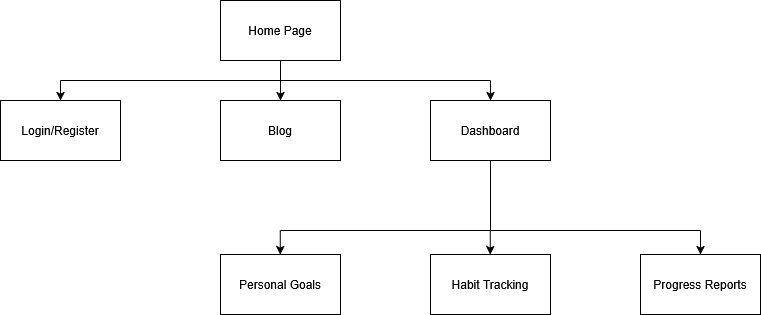
goretante/HCI-2025-26-project keeps this draw.io diagram as assignments/2nd assignment/sitemap.png. Above is the earlier version. Source tidied: cells renumbered, new cells last; positions are measured from the earlier drawing's top-left corner, leaving out a move shared by most shapes. Its diagram source:
```xml
<mxGraphModel>
  <root>
    <mxCell id="0" />
    <mxCell id="1" parent="0" />
    <mxCell id="2" value="Home Page" style="rounded=0;whiteSpace=wrap;html=1;" parent="1" vertex="1">
      <mxGeometry x="220" width="120" height="60" as="geometry" />
    </mxCell>
    <mxCell id="3" value="Login/Register" style="rounded=0;whiteSpace=wrap;html=1;" parent="1" vertex="1">
      <mxGeometry y="100" width="120" height="60" as="geometry" />
    </mxCell>
    <mxCell id="4" value="Blog" style="rounded=0;whiteSpace=wrap;html=1;" parent="1" vertex="1">
      <mxGeometry x="220" y="100" width="120" height="60" as="geometry" />
    </mxCell>
    <mxCell id="5" value="Dashboard" style="rounded=0;whiteSpace=wrap;html=1;" parent="1" vertex="1">
      <mxGeometry x="430" y="100" width="120" height="60" as="geometry" />
    </mxCell>
    <mxCell id="6" style="endArrow=none;html=1;rounded=0;" parent="1" edge="1">
      <mxGeometry relative="1" as="geometry">
        <mxPoint x="60" y="80" as="sourcePoint" />
        <mxPoint x="490" y="80" as="targetPoint" />
      </mxGeometry>
    </mxCell>
    <mxCell id="7" style="endArrow=classic;html=1;rounded=0;entryX=0.5;entryY=0;entryDx=0;entryDy=0;" parent="1" edge="1" target="4">
      <mxGeometry relative="1" as="geometry">
        <mxPoint x="280" y="80" as="sourcePoint" />
      </mxGeometry>
    </mxCell>
    <mxCell id="8" style="endArrow=classic;html=1;rounded=0;entryX=0.5;entryY=0;entryDx=0;entryDy=0;" parent="1" edge="1" target="3">
      <mxGeometry relative="1" as="geometry">
        <mxPoint x="60" y="80" as="sourcePoint" />
      </mxGeometry>
    </mxCell>
    <mxCell id="9" style="endArrow=classic;html=1;rounded=0;entryX=0.5;entryY=0;entryDx=0;entryDy=0;" parent="1" edge="1" target="5">
      <mxGeometry relative="1" as="geometry">
        <mxPoint x="490" y="80" as="sourcePoint" />
      </mxGeometry>
    </mxCell>
    <mxCell id="10" style="endArrow=none;html=1;rounded=0;entryX=0.5;entryY=1;entryDx=0;entryDy=0;" parent="1" edge="1" target="5">
      <mxGeometry relative="1" as="geometry">
        <mxPoint x="490" y="230" as="sourcePoint" />
      </mxGeometry>
    </mxCell>
    <mxCell id="11" value="Personal Goals" style="rounded=0;whiteSpace=wrap;html=1;" parent="1" vertex="1">
      <mxGeometry x="220" y="254" width="120" height="60" as="geometry" />
    </mxCell>
    <mxCell id="12" value="Habit Tracking" style="rounded=0;whiteSpace=wrap;html=1;" parent="1" vertex="1">
      <mxGeometry x="430" y="254" width="120" height="60" as="geometry" />
    </mxCell>
    <mxCell id="13" value="Progress Reports" style="rounded=0;whiteSpace=wrap;html=1;" parent="1" vertex="1">
      <mxGeometry x="640" y="254" width="120" height="60" as="geometry" />
    </mxCell>
    <mxCell id="14" style="endArrow=none;html=1;rounded=0;" parent="1" edge="1">
      <mxGeometry relative="1" as="geometry">
        <mxPoint x="280" y="230" as="sourcePoint" />
        <mxPoint x="700" y="230" as="targetPoint" />
      </mxGeometry>
    </mxCell>
    <mxCell id="15" style="endArrow=classic;html=1;rounded=0;entryX=0.5;entryY=0;entryDx=0;entryDy=0;" parent="1" edge="1" target="13">
      <mxGeometry relative="1" as="geometry">
        <mxPoint x="700" y="230" as="sourcePoint" />
      </mxGeometry>
    </mxCell>
    <mxCell id="16" style="endArrow=classic;html=1;rounded=0;entryX=0.5;entryY=0;entryDx=0;entryDy=0;" parent="1" edge="1">
      <mxGeometry relative="1" as="geometry">
        <mxPoint x="489.8" y="230" as="sourcePoint" />
        <mxPoint x="489.8" y="254" as="targetPoint" />
      </mxGeometry>
    </mxCell>
    <mxCell id="17" style="endArrow=classic;html=1;rounded=0;entryX=0.5;entryY=0;entryDx=0;entryDy=0;" parent="1" edge="1">
      <mxGeometry relative="1" as="geometry">
        <mxPoint x="279.8" y="230" as="sourcePoint" />
        <mxPoint x="279.8" y="254" as="targetPoint" />
      </mxGeometry>
    </mxCell>
    <mxCell id="18" style="endArrow=none;html=1;rounded=0;entryX=0.5;entryY=1;entryDx=0;entryDy=0;" parent="1" edge="1" target="2">
      <mxGeometry relative="1" as="geometry">
        <mxPoint x="280" y="80" as="sourcePoint" />
      </mxGeometry>
    </mxCell>
  </root>
</mxGraphModel>
```
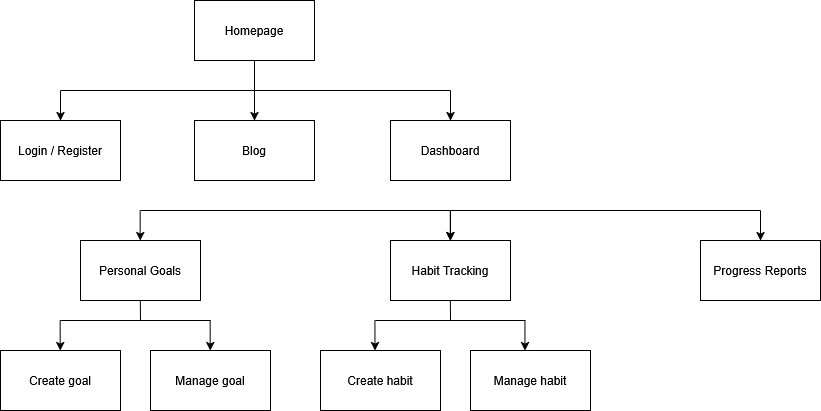
Above is the later version.

Commit message:
Update 2nd assignment document

What changed in the source:
```diff
@@ -2,80 +2,141 @@
   <root>
     <mxCell id="0" />
     <mxCell id="1" parent="0" />
-    <mxCell id="2" value="Home Page" style="rounded=0;whiteSpace=wrap;html=1;" parent="1" vertex="1">
-      <mxGeometry x="220" width="120" height="60" as="geometry" />
-    </mxCell>
-    <mxCell id="3" value="Login/Register" style="rounded=0;whiteSpace=wrap;html=1;" parent="1" vertex="1">
-      <mxGeometry y="100" width="120" height="60" as="geometry" />
-    </mxCell>
+    <mxCell id="19" value="Homepage" style="rounded=0;whiteSpace=wrap;html=1;" parent="1" vertex="1">
+      <mxGeometry x="234" y="-40" width="120" height="60" as="geometry" />
+    </mxCell>
+    <mxCell id="5" value="Dashboard" style="rounded=0;whiteSpace=wrap;html=1;" parent="1" vertex="1">
+      <mxGeometry x="430" y="80" width="120" height="60" as="geometry" />
+    </mxCell>
     <mxCell id="4" value="Blog" style="rounded=0;whiteSpace=wrap;html=1;" parent="1" vertex="1">
-      <mxGeometry x="220" y="100" width="120" height="60" as="geometry" />
+      <mxGeometry x="234" y="80" width="120" height="60" as="geometry" />
     </mxCell>
-    <mxCell id="5" value="Dashboard" style="rounded=0;whiteSpace=wrap;html=1;" parent="1" vertex="1">
-      <mxGeometry x="430" y="100" width="120" height="60" as="geometry" />
-    </mxCell>
-    <mxCell id="6" style="endArrow=none;html=1;rounded=0;" parent="1" edge="1">
-      <mxGeometry relative="1" as="geometry">
-        <mxPoint x="60" y="80" as="sourcePoint" />
-        <mxPoint x="490" y="80" as="targetPoint" />
-      </mxGeometry>
-    </mxCell>
-    <mxCell id="7" style="endArrow=classic;html=1;rounded=0;entryX=0.5;entryY=0;entryDx=0;entryDy=0;" parent="1" edge="1" target="4">
-      <mxGeometry relative="1" as="geometry">
-        <mxPoint x="280" y="80" as="sourcePoint" />
-      </mxGeometry>
-    </mxCell>
-    <mxCell id="8" style="endArrow=classic;html=1;rounded=0;entryX=0.5;entryY=0;entryDx=0;entryDy=0;" parent="1" edge="1" target="3">
-      <mxGeometry relative="1" as="geometry">
-        <mxPoint x="60" y="80" as="sourcePoint" />
-      </mxGeometry>
-    </mxCell>
-    <mxCell id="9" style="endArrow=classic;html=1;rounded=0;entryX=0.5;entryY=0;entryDx=0;entryDy=0;" parent="1" edge="1" target="5">
-      <mxGeometry relative="1" as="geometry">
-        <mxPoint x="490" y="80" as="sourcePoint" />
-      </mxGeometry>
-    </mxCell>
-    <mxCell id="10" style="endArrow=none;html=1;rounded=0;entryX=0.5;entryY=1;entryDx=0;entryDy=0;" parent="1" edge="1" target="5">
-      <mxGeometry relative="1" as="geometry">
-        <mxPoint x="490" y="230" as="sourcePoint" />
-      </mxGeometry>
-    </mxCell>
+    <mxCell id="20" value="Login / Register" style="rounded=0;whiteSpace=wrap;html=1;" parent="1" vertex="1">
+      <mxGeometry x="40" y="80" width="120" height="60" as="geometry" />
+    </mxCell>
     <mxCell id="11" value="Personal Goals" style="rounded=0;whiteSpace=wrap;html=1;" parent="1" vertex="1">
-      <mxGeometry x="220" y="254" width="120" height="60" as="geometry" />
+      <mxGeometry x="120" y="200" width="120" height="60" as="geometry" />
     </mxCell>
     <mxCell id="12" value="Habit Tracking" style="rounded=0;whiteSpace=wrap;html=1;" parent="1" vertex="1">
-      <mxGeometry x="430" y="254" width="120" height="60" as="geometry" />
+      <mxGeometry x="430" y="200" width="120" height="60" as="geometry" />
     </mxCell>
-    <mxCell id="13" value="Progress Reports" style="rounded=0;whiteSpace=wrap;html=1;" parent="1" vertex="1">
-      <mxGeometry x="640" y="254" width="120" height="60" as="geometry" />
+    <mxCell id="13" value="&lt;div&gt;Progress Reports&lt;/div&gt;" style="rounded=0;whiteSpace=wrap;html=1;" parent="1" vertex="1">
+      <mxGeometry x="740" y="200" width="120" height="60" as="geometry" />
     </mxCell>
-    <mxCell id="14" style="endArrow=none;html=1;rounded=0;" parent="1" edge="1">
-      <mxGeometry relative="1" as="geometry">
-        <mxPoint x="280" y="230" as="sourcePoint" />
-        <mxPoint x="700" y="230" as="targetPoint" />
-      </mxGeometry>
-    </mxCell>
-    <mxCell id="15" style="endArrow=classic;html=1;rounded=0;entryX=0.5;entryY=0;entryDx=0;entryDy=0;" parent="1" edge="1" target="13">
-      <mxGeometry relative="1" as="geometry">
-        <mxPoint x="700" y="230" as="sourcePoint" />
-      </mxGeometry>
-    </mxCell>
-    <mxCell id="16" style="endArrow=classic;html=1;rounded=0;entryX=0.5;entryY=0;entryDx=0;entryDy=0;" parent="1" edge="1">
-      <mxGeometry relative="1" as="geometry">
-        <mxPoint x="489.8" y="230" as="sourcePoint" />
-        <mxPoint x="489.8" y="254" as="targetPoint" />
-      </mxGeometry>
-    </mxCell>
-    <mxCell id="17" style="endArrow=classic;html=1;rounded=0;entryX=0.5;entryY=0;entryDx=0;entryDy=0;" parent="1" edge="1">
-      <mxGeometry relative="1" as="geometry">
-        <mxPoint x="279.8" y="230" as="sourcePoint" />
-        <mxPoint x="279.8" y="254" as="targetPoint" />
-      </mxGeometry>
-    </mxCell>
-    <mxCell id="18" style="endArrow=none;html=1;rounded=0;entryX=0.5;entryY=1;entryDx=0;entryDy=0;" parent="1" edge="1" target="2">
-      <mxGeometry relative="1" as="geometry">
-        <mxPoint x="280" y="80" as="sourcePoint" />
-      </mxGeometry>
-    </mxCell>
+    <mxCell id="21" value="&lt;div&gt;Create goal&lt;/div&gt;" style="rounded=0;whiteSpace=wrap;html=1;" parent="1" vertex="1">
+      <mxGeometry x="40" y="310" width="120" height="60" as="geometry" />
+    </mxCell>
+    <mxCell id="22" value="Manage goal" style="rounded=0;whiteSpace=wrap;html=1;" parent="1" vertex="1">
+      <mxGeometry x="190" y="310" width="120" height="60" as="geometry" />
+    </mxCell>
+    <mxCell id="23" value="Create habit" style="rounded=0;whiteSpace=wrap;html=1;" parent="1" vertex="1">
+      <mxGeometry x="360" y="310" width="120" height="60" as="geometry" />
+    </mxCell>
+    <mxCell id="24" value="Manage habit" style="rounded=0;whiteSpace=wrap;html=1;" parent="1" vertex="1">
+      <mxGeometry x="510" y="310" width="120" height="60" as="geometry" />
+    </mxCell>
+    <mxCell id="25" style="endArrow=none;html=1;rounded=0;entryX=0.5;entryY=1;entryDx=0;entryDy=0;" parent="1" edge="1" target="19">
+      <mxGeometry relative="1" as="geometry">
+        <mxPoint x="294" y="50" as="sourcePoint" />
+      </mxGeometry>
+    </mxCell>
+    <mxCell id="26" style="endArrow=none;html=1;rounded=0;" parent="1" edge="1">
+      <mxGeometry relative="1" as="geometry">
+        <mxPoint x="100" y="50" as="sourcePoint" />
+        <mxPoint x="490" y="50" as="targetPoint" />
+      </mxGeometry>
+    </mxCell>
+    <mxCell id="27" style="endArrow=classic;html=1;rounded=0;entryX=0.5;entryY=0;entryDx=0;entryDy=0;" parent="1" edge="1" target="13">
+      <mxGeometry relative="1" as="geometry">
+        <mxPoint x="800" y="170" as="sourcePoint" />
+      </mxGeometry>
+    </mxCell>
+    <mxCell id="28" style="endArrow=classic;html=1;rounded=0;entryX=0.5;entryY=0;entryDx=0;entryDy=0;" parent="1" edge="1" target="20">
+      <mxGeometry relative="1" as="geometry">
+        <mxPoint x="100" y="50" as="sourcePoint" />
+      </mxGeometry>
+    </mxCell>
+    <mxCell id="29" style="endArrow=classic;html=1;rounded=0;entryX=0.5;entryY=0;entryDx=0;entryDy=0;" parent="1" edge="1" target="5">
+      <mxGeometry relative="1" as="geometry">
+        <mxPoint x="490" y="50" as="sourcePoint" />
+      </mxGeometry>
+    </mxCell>
+    <mxCell id="30" style="endArrow=classic;html=1;rounded=0;entryX=0.5;entryY=0;entryDx=0;entryDy=0;" parent="1" edge="1" target="4">
+      <mxGeometry relative="1" as="geometry">
+        <mxPoint x="294" y="50" as="sourcePoint" />
+      </mxGeometry>
+    </mxCell>
+    <mxCell id="31" style="endArrow=none;html=1;rounded=0;" parent="1" edge="1">
+      <mxGeometry relative="1" as="geometry">
+        <mxPoint x="180" y="170" as="sourcePoint" />
+        <mxPoint x="800" y="170" as="targetPoint" />
+      </mxGeometry>
+    </mxCell>
+    <mxCell id="32" style="endArrow=classic;html=1;rounded=0;entryX=0.5;entryY=0;entryDx=0;entryDy=0;" parent="1" edge="1">
+      <mxGeometry relative="1" as="geometry">
+        <mxPoint x="179.7" y="170" as="sourcePoint" />
+        <mxPoint x="179.7" y="200" as="targetPoint" />
+      </mxGeometry>
+    </mxCell>
+    <mxCell id="33" style="endArrow=classic;html=1;rounded=0;entryX=0.5;entryY=0;entryDx=0;entryDy=0;" parent="1" edge="1">
+      <mxGeometry relative="1" as="geometry">
+        <mxPoint x="489.8" y="170" as="sourcePoint" />
+        <mxPoint x="489.8" y="200" as="targetPoint" />
+      </mxGeometry>
+    </mxCell>
+    <mxCell id="34" style="endArrow=classic;html=1;rounded=0;entryX=0.5;entryY=0;entryDx=0;entryDy=0;" parent="1" edge="1">
+      <mxGeometry relative="1" as="geometry">
+        <mxPoint x="490" y="170" as="sourcePoint" />
+        <mxPoint x="490" y="200" as="targetPoint" />
+      </mxGeometry>
+    </mxCell>
+    <mxCell id="35" style="endArrow=none;html=1;rounded=0;" parent="1" edge="1">
+      <mxGeometry relative="1" as="geometry">
+        <mxPoint x="100" y="280" as="sourcePoint" />
+        <mxPoint x="250" y="280" as="targetPoint" />
+      </mxGeometry>
+    </mxCell>
+    <mxCell id="36" style="endArrow=classic;html=1;rounded=0;entryX=0.5;entryY=0;entryDx=0;entryDy=0;" parent="1" edge="1">
+      <mxGeometry relative="1" as="geometry">
+        <mxPoint x="99.7" y="280" as="sourcePoint" />
+        <mxPoint x="99.7" y="310" as="targetPoint" />
+      </mxGeometry>
+    </mxCell>
+    <mxCell id="37" style="endArrow=classic;html=1;rounded=0;entryX=0.5;entryY=0;entryDx=0;entryDy=0;" parent="1" edge="1">
+      <mxGeometry relative="1" as="geometry">
+        <mxPoint x="249.7" y="280" as="sourcePoint" />
+        <mxPoint x="249.7" y="310" as="targetPoint" />
+      </mxGeometry>
+    </mxCell>
+    <mxCell id="38" style="endArrow=none;html=1;rounded=0;" parent="1" edge="1">
+      <mxGeometry relative="1" as="geometry">
+        <mxPoint x="414.8" y="280" as="sourcePoint" />
+        <mxPoint x="564.8" y="280" as="targetPoint" />
+      </mxGeometry>
+    </mxCell>
+    <mxCell id="39" style="endArrow=classic;html=1;rounded=0;entryX=0.5;entryY=0;entryDx=0;entryDy=0;" parent="1" edge="1">
+      <mxGeometry relative="1" as="geometry">
+        <mxPoint x="414.4" y="280" as="sourcePoint" />
+        <mxPoint x="414.4" y="310" as="targetPoint" />
+      </mxGeometry>
+    </mxCell>
+    <mxCell id="40" style="endArrow=classic;html=1;rounded=0;entryX=0.5;entryY=0;entryDx=0;entryDy=0;" parent="1" edge="1">
+      <mxGeometry relative="1" as="geometry">
+        <mxPoint x="564.4" y="280" as="sourcePoint" />
+        <mxPoint x="564.4" y="310" as="targetPoint" />
+      </mxGeometry>
+    </mxCell>
+    <mxCell id="41" style="endArrow=none;html=1;rounded=0;entryX=0.5;entryY=1;entryDx=0;entryDy=0;" parent="1" edge="1">
+      <mxGeometry relative="1" as="geometry">
+        <mxPoint x="180" y="280" as="sourcePoint" />
+        <mxPoint x="179.8" y="260" as="targetPoint" />
+      </mxGeometry>
+    </mxCell>
+    <mxCell id="42" style="endArrow=none;html=1;rounded=0;entryX=0.5;entryY=1;entryDx=0;entryDy=0;" parent="1" edge="1">
+      <mxGeometry relative="1" as="geometry">
+        <mxPoint x="490" y="280" as="sourcePoint" />
+        <mxPoint x="489.8" y="260" as="targetPoint" />
+      </mxGeometry>
+    </mxCell>
   </root>
 </mxGraphModel>
```
